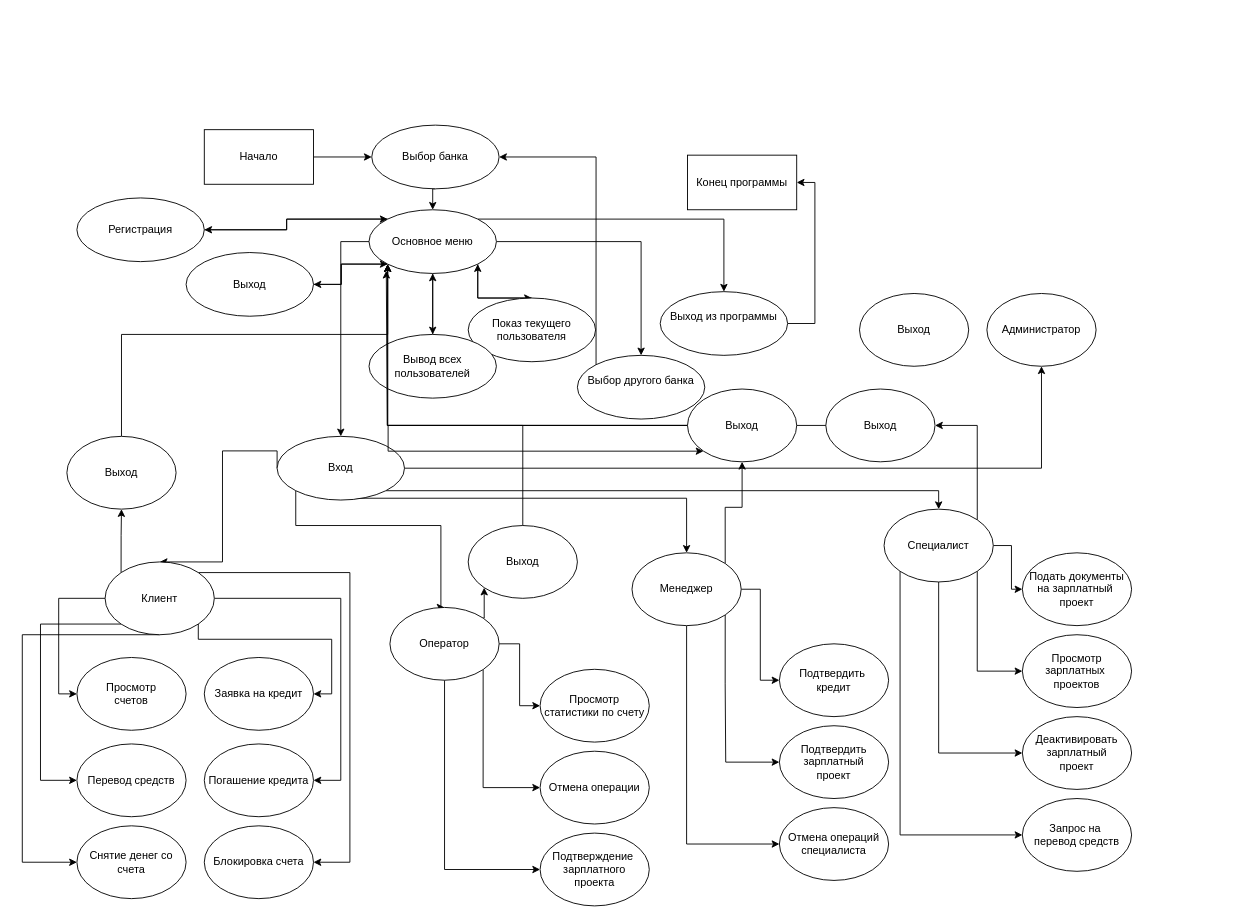
The draw.io diagram UseCaseDiagram.drawio in AlHudnitskii/LR_OOP_1, before the edit. Source tidied: cells renumbered, new cells numbered last; positions are measured from the earlier drawing's top-left corner, leaving out a move shared by most shapes. Both pictures are drawn from the tidied source at 91%, with x=0, y=0 at pixel (22, 125).
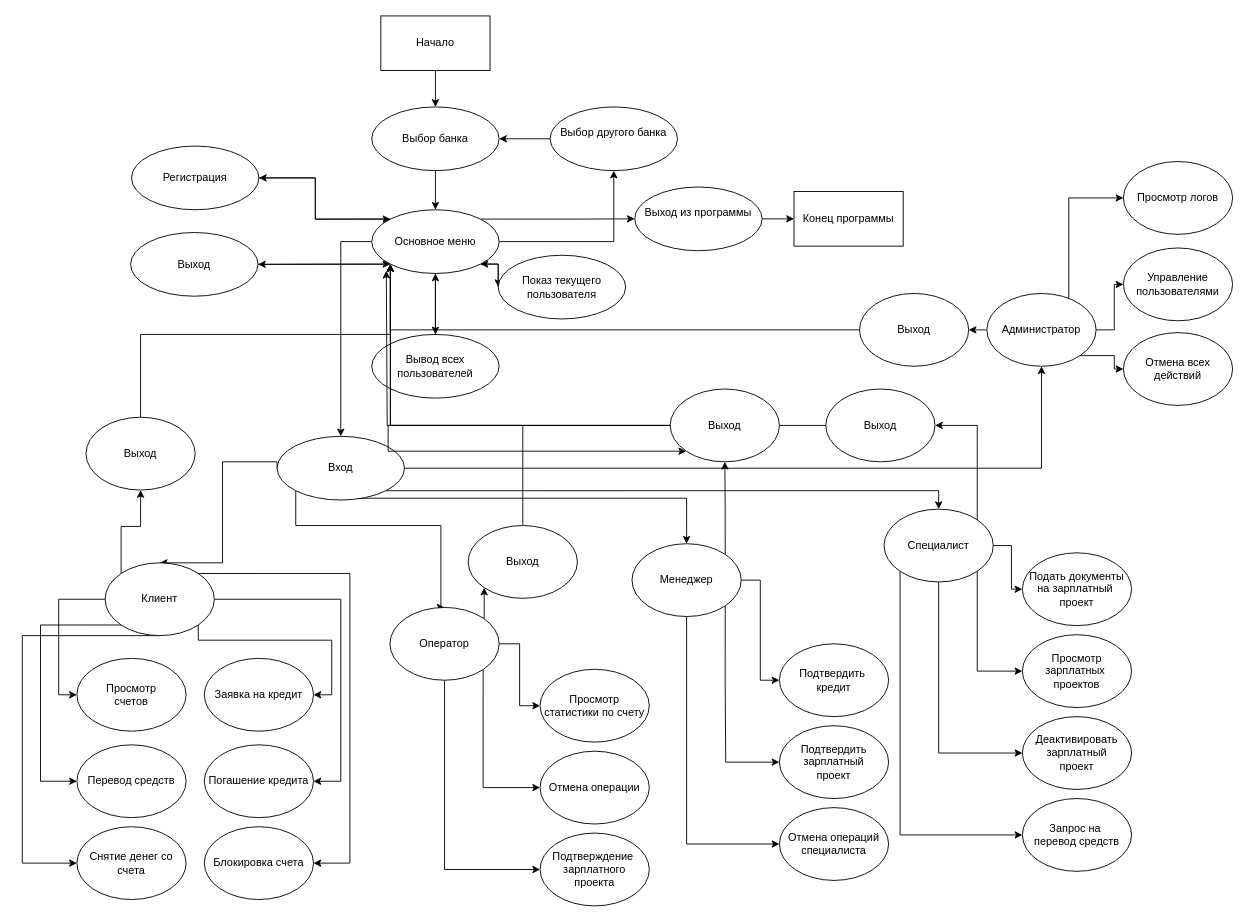
The same page after the edit.

Unchanged cells that the change refers to:
```xml
<mxCell id="21" value="Вход" style="ellipse;whiteSpace=wrap;html=1;" parent="1" vertex="1">
  <mxGeometry x="280" y="342" width="140" height="70" as="geometry" />
</mxCell>
<mxCell id="58" value="Администратор" style="ellipse;whiteSpace=wrap;html=1;" parent="1" vertex="1">
  <mxGeometry x="1060" y="185" width="120" height="80" as="geometry" />
</mxCell>
<mxCell id="84" value="Выход" style="ellipse;whiteSpace=wrap;html=1;" parent="1" vertex="1">
  <mxGeometry x="920" y="185" width="120" height="80" as="geometry" />
</mxCell>
```

Diff of the diagram source:
```diff
@@
-    <mxCell id="2" style="edgeStyle=orthogonalEdgeStyle;rounded=0;jettySize=auto;html=1;exitX=1;exitY=0;exitDx=0;exitDy=0;entryX=0.5;entryY=0;entryDx=0;entryDy=0;" parent="1" edge="1" source="9" target="11">
-      <mxGeometry relative="1" as="geometry" />
-    </mxCell>
-    <mxCell id="3" style="edgeStyle=orthogonalEdgeStyle;rounded=0;jettySize=auto;html=1;exitX=1;exitY=0.5;exitDx=0;exitDy=0;entryX=0.5;entryY=0;entryDx=0;entryDy=0;" parent="1" edge="1" source="9" target="13">
-      <mxGeometry relative="1" as="geometry" />
-    </mxCell>
@@
-    <mxCell id="5" style="edgeStyle=orthogonalEdgeStyle;rounded=0;jettySize=auto;html=1;exitX=1;exitY=1;exitDx=0;exitDy=0;entryX=0.5;entryY=0;entryDx=0;entryDy=0;" parent="1" edge="1" source="9" target="25">
-      <mxGeometry relative="1" as="geometry">
-        <Array as="points">
-          <mxPoint x="501" y="190" />
-        </Array>
-      </mxGeometry>
-    </mxCell>
@@
+    <mxCell id="2" style="edgeStyle=orthogonalEdgeStyle;rounded=0;jettySize=auto;html=1;exitX=1;exitY=0;exitDx=0;exitDy=0;entryX=0;entryY=0.5;entryDx=0;entryDy=0;" parent="1" edge="1" source="9" target="11">
+      <mxGeometry relative="1" as="geometry" />
+    </mxCell>
+    <mxCell id="3" style="edgeStyle=orthogonalEdgeStyle;rounded=0;jettySize=auto;html=1;exitX=1;exitY=0.5;exitDx=0;exitDy=0;" parent="1" edge="1" source="9" target="13">
+      <mxGeometry relative="1" as="geometry" />
+    </mxCell>
+    <mxCell id="5" style="edgeStyle=orthogonalEdgeStyle;rounded=0;jettySize=auto;html=1;exitX=1;exitY=1;exitDx=0;exitDy=0;entryX=0;entryY=0.5;entryDx=0;entryDy=0;" parent="1" edge="1" source="9" target="25">
+      <mxGeometry relative="1" as="geometry" />
+    </mxCell>
     <mxCell id="9" value="&lt;div&gt;Основное меню&lt;/div&gt;" style="ellipse;whiteSpace=wrap;html=1;" parent="1" vertex="1">
-      <mxGeometry x="381" y="93" width="140" height="70" as="geometry" />
+      <mxGeometry x="384" y="93" width="140" height="70" as="geometry" />
     </mxCell>
-    <mxCell id="10" style="edgeStyle=orthogonalEdgeStyle;rounded=0;jettySize=auto;html=1;exitX=1;exitY=0.5;exitDx=0;exitDy=0;entryX=1;entryY=0.5;entryDx=0;entryDy=0;" parent="1" edge="1" source="11" target="33">
+    <mxCell id="10" style="edgeStyle=orthogonalEdgeStyle;rounded=0;jettySize=auto;html=1;exitX=1;exitY=0.5;exitDx=0;exitDy=0;entryX=0;entryY=0.5;entryDx=0;entryDy=0;" parent="1" edge="1" source="11" target="33">
       <mxGeometry relative="1" as="geometry" />
     </mxCell>
     <mxCell id="11" value="Выход из программы&lt;div&gt;&lt;br&gt;&lt;/div&gt;" style="ellipse;whiteSpace=wrap;html=1;" parent="1" vertex="1">
-      <mxGeometry x="701" y="183" width="140" height="70" as="geometry" />
+      <mxGeometry x="673" y="68" width="140" height="70" as="geometry" />
     </mxCell>
-    <mxCell id="12" style="edgeStyle=orthogonalEdgeStyle;rounded=0;jettySize=auto;html=1;exitX=0;exitY=0;exitDx=0;exitDy=0;entryX=1;entryY=0.5;entryDx=0;entryDy=0;" parent="1" edge="1" source="13" target="29">
-      <mxGeometry relative="1" as="geometry">
-        <Array as="points">
-          <mxPoint x="631" y="35" />
-        </Array>
-      </mxGeometry>
+    <mxCell id="12" style="edgeStyle=orthogonalEdgeStyle;rounded=0;jettySize=auto;html=1;" parent="1" edge="1" source="13" target="29">
+      <mxGeometry relative="1" as="geometry" />
     </mxCell>
     <mxCell id="13" value="Выбор другого банка&lt;div&gt;&amp;nbsp;&lt;/div&gt;" style="ellipse;whiteSpace=wrap;html=1;" parent="1" vertex="1">
-      <mxGeometry x="610" y="253" width="140" height="70" as="geometry" />
+      <mxGeometry x="580" y="-20" width="140" height="70" as="geometry" />
     </mxCell>
@@
     <mxCell id="15" value="Регистрация" style="ellipse;whiteSpace=wrap;html=1;" parent="1" vertex="1">
-      <mxGeometry x="60" y="80" width="140" height="70" as="geometry" />
+      <mxGeometry x="120" y="23" width="140" height="70" as="geometry" />
     </mxCell>
-    <mxCell id="16" style="edgeStyle=orthogonalEdgeStyle;rounded=0;jettySize=auto;html=1;exitX=0;exitY=0.5;exitDx=0;exitDy=0;entryX=0.5;entryY=0;entryDx=0;entryDy=0;" parent="1" edge="1" source="21" target="41">
+    <mxCell id="16" style="edgeStyle=orthogonalEdgeStyle;rounded=0;jettySize=auto;html=1;exitX=0;exitY=0.5;exitDx=0;exitDy=0;entryX=0.5;entryY=0;entryDx=0;entryDy=0;" parent="1" edge="1" target="41">
       <mxGeometry relative="1" as="geometry">
+        <mxPoint x="280" y="378" as="sourcePoint" />
         <Array as="points">
-          <mxPoint x="220" y="358" />
-          <mxPoint x="220" y="480" />
+          <mxPoint x="280" y="370" />
+          <mxPoint x="220" y="370" />
+          <mxPoint x="220" y="481" />
         </Array>
       </mxGeometry>
     </mxCell>
@@
     <mxCell id="23" value="Выход" style="ellipse;whiteSpace=wrap;html=1;" parent="1" vertex="1">
-      <mxGeometry x="180" y="140" width="140" height="70" as="geometry" />
+      <mxGeometry x="119" y="118" width="140" height="70" as="geometry" />
     </mxCell>
-    <mxCell id="24" style="edgeStyle=orthogonalEdgeStyle;rounded=0;jettySize=auto;html=1;exitX=0.5;exitY=0;exitDx=0;exitDy=0;entryX=1;entryY=1;entryDx=0;entryDy=0;" parent="1" edge="1" source="25" target="9">
+    <mxCell id="24" style="edgeStyle=orthogonalEdgeStyle;rounded=0;jettySize=auto;html=1;exitX=0;exitY=0.5;exitDx=0;exitDy=0;entryX=1;entryY=1;entryDx=0;entryDy=0;" parent="1" edge="1" source="25" target="9">
       <mxGeometry relative="1" as="geometry">
         <Array as="points">
-          <mxPoint x="501" y="190" />
+          <mxPoint x="523" y="153" />
         </Array>
       </mxGeometry>
     </mxCell>
     <mxCell id="25" value="Показ текущего пользователя" style="ellipse;whiteSpace=wrap;html=1;" parent="1" vertex="1">
-      <mxGeometry x="490" y="190" width="140" height="70" as="geometry" />
+      <mxGeometry x="523" y="143" width="140" height="70" as="geometry" />
     </mxCell>
@@
     <mxCell id="27" value="Вывод всех пользователей" style="ellipse;whiteSpace=wrap;html=1;" parent="1" vertex="1">
-      <mxGeometry x="381" y="230" width="140" height="70" as="geometry" />
+      <mxGeometry x="384" y="230" width="140" height="70" as="geometry" />
     </mxCell>
@@
     <mxCell id="29" value="Выбор банка" style="ellipse;whiteSpace=wrap;html=1;" parent="1" vertex="1">
-      <mxGeometry x="384" width="140" height="70" as="geometry" />
+      <mxGeometry x="384" y="-20" width="140" height="70" as="geometry" />
     </mxCell>
@@
-    <mxCell id="31" style="edgeStyle=orthogonalEdgeStyle;rounded=0;jettySize=auto;html=1;exitX=1;exitY=0.5;exitDx=0;exitDy=0;entryX=0;entryY=0.5;entryDx=0;entryDy=0;" parent="1" edge="1" source="32" target="29">
+    <mxCell id="31" style="edgeStyle=orthogonalEdgeStyle;rounded=0;jettySize=auto;html=1;exitX=0.5;exitY=1;exitDx=0;exitDy=0;entryX=0.5;entryY=0;entryDx=0;entryDy=0;" parent="1" edge="1" source="32" target="29">
       <mxGeometry relative="1" as="geometry" />
     </mxCell>
     <mxCell id="32" value="Начало" style="rounded=0;whiteSpace=wrap;html=1;" parent="1" vertex="1">
-      <mxGeometry x="200" y="5" width="120" height="60" as="geometry" />
+      <mxGeometry x="394" y="-120" width="120" height="60" as="geometry" />
     </mxCell>
     <mxCell id="33" value="Конец программы" style="rounded=0;whiteSpace=wrap;html=1;" parent="1" vertex="1">
-      <mxGeometry x="731" y="33" width="120" height="60" as="geometry" />
+      <mxGeometry x="848" y="73" width="120" height="60" as="geometry" />
     </mxCell>
@@
     <mxCell id="36" style="edgeStyle=orthogonalEdgeStyle;rounded=0;jettySize=auto;html=1;exitX=0;exitY=1;exitDx=0;exitDy=0;entryX=0;entryY=0.5;entryDx=0;entryDy=0;" parent="1" edge="1" source="41" target="60">
       <mxGeometry relative="1" as="geometry">
         <Array as="points">
-          <mxPoint x="20" y="548" />
-          <mxPoint x="20" y="720" />
+          <mxPoint x="20" y="549" />
+          <mxPoint x="20" y="721" />
         </Array>
       </mxGeometry>
     </mxCell>
     <mxCell id="37" style="edgeStyle=orthogonalEdgeStyle;rounded=0;jettySize=auto;html=1;exitX=0.5;exitY=1;exitDx=0;exitDy=0;entryX=0;entryY=0.5;entryDx=0;entryDy=0;" parent="1" edge="1" source="41" target="63">
       <mxGeometry relative="1" as="geometry">
         <Array as="points">
-          <mxPoint y="560" />
-          <mxPoint y="810" />
+          <mxPoint y="561" />
+          <mxPoint y="811" />
         </Array>
       </mxGeometry>
     </mxCell>
     <mxCell id="38" style="edgeStyle=orthogonalEdgeStyle;rounded=0;jettySize=auto;html=1;exitX=1;exitY=0;exitDx=0;exitDy=0;entryX=1;entryY=0.5;entryDx=0;entryDy=0;" parent="1" edge="1" source="41" target="61">
       <mxGeometry relative="1" as="geometry">
         <Array as="points">
-          <mxPoint x="193" y="565" />
-          <mxPoint x="340" y="565" />
-          <mxPoint x="340" y="625" />
+          <mxPoint x="193" y="566" />
+          <mxPoint x="340" y="566" />
+          <mxPoint x="340" y="626" />
         </Array>
       </mxGeometry>
     </mxCell>
     <mxCell id="39" style="edgeStyle=orthogonalEdgeStyle;rounded=0;jettySize=auto;html=1;exitX=1;exitY=0.5;exitDx=0;exitDy=0;entryX=1;entryY=0.5;entryDx=0;entryDy=0;" parent="1" edge="1" source="41" target="62">
       <mxGeometry relative="1" as="geometry">
         <Array as="points">
-          <mxPoint x="350" y="520" />
-          <mxPoint x="350" y="720" />
+          <mxPoint x="350" y="521" />
+          <mxPoint x="350" y="721" />
         </Array>
       </mxGeometry>
     </mxCell>
     <mxCell id="40" style="edgeStyle=orthogonalEdgeStyle;rounded=0;jettySize=auto;html=1;exitX=1;exitY=0;exitDx=0;exitDy=0;entryX=1;entryY=0.5;entryDx=0;entryDy=0;" parent="1" edge="1" source="41" target="64">
       <mxGeometry relative="1" as="geometry">
         <Array as="points">
-          <mxPoint x="360" y="492" />
-          <mxPoint x="360" y="810" />
+          <mxPoint x="360" y="493" />
+          <mxPoint x="360" y="811" />
         </Array>
       </mxGeometry>
     </mxCell>
     <mxCell id="41" value="Клиент" style="ellipse;whiteSpace=wrap;html=1;" parent="1" vertex="1">
-      <mxGeometry x="91" y="480" width="120" height="80" as="geometry" />
+      <mxGeometry x="91" y="481" width="120" height="80" as="geometry" />
     </mxCell>
@@
     <mxCell id="51" value="Менеджер" style="ellipse;whiteSpace=wrap;html=1;" parent="1" vertex="1">
-      <mxGeometry x="670" y="470" width="120" height="80" as="geometry" />
+      <mxGeometry x="670" y="460" width="120" height="80" as="geometry" />
     </mxCell>
@@
+    <mxCell id="85" style="edgeStyle=orthogonalEdgeStyle;rounded=0;jettySize=auto;html=1;exitX=0;exitY=0.5;exitDx=0;exitDy=0;entryX=1;entryY=0.5;entryDx=0;entryDy=0;" parent="1" edge="1" source="58" target="84">
+      <mxGeometry relative="1" as="geometry" />
+    </mxCell>
+    <mxCell id="86" style="edgeStyle=orthogonalEdgeStyle;rounded=0;jettySize=auto;html=1;exitX=1;exitY=1;exitDx=0;exitDy=0;entryX=0;entryY=0.5;entryDx=0;entryDy=0;" parent="1" edge="1" source="58" target="92">
+      <mxGeometry relative="1" as="geometry" />
+    </mxCell>
+    <mxCell id="87" style="edgeStyle=orthogonalEdgeStyle;rounded=0;jettySize=auto;html=1;exitX=1;exitY=0.5;exitDx=0;exitDy=0;entryX=0;entryY=0.5;entryDx=0;entryDy=0;" parent="1" edge="1" source="58" target="91">
+      <mxGeometry relative="1" as="geometry" />
+    </mxCell>
+    <mxCell id="88" style="edgeStyle=orthogonalEdgeStyle;rounded=0;jettySize=auto;html=1;exitX=1;exitY=0;exitDx=0;exitDy=0;entryX=0;entryY=0.5;entryDx=0;entryDy=0;" parent="1" edge="1" source="58" target="90">
+      <mxGeometry relative="1" as="geometry">
+        <Array as="points">
+          <mxPoint x="1150" y="197" />
+          <mxPoint x="1150" y="80" />
+        </Array>
+      </mxGeometry>
+    </mxCell>
@@
     <mxCell id="59" value="Просмотр&lt;div&gt;счетов&lt;/div&gt;" style="ellipse;whiteSpace=wrap;html=1;" parent="1" vertex="1">
-      <mxGeometry x="60" y="585" width="120" height="80" as="geometry" />
+      <mxGeometry x="60" y="586" width="120" height="80" as="geometry" />
     </mxCell>
     <mxCell id="60" value="Перевод средств" style="ellipse;whiteSpace=wrap;html=1;" parent="1" vertex="1">
-      <mxGeometry x="60" y="680" width="120" height="80" as="geometry" />
+      <mxGeometry x="60" y="681" width="120" height="80" as="geometry" />
     </mxCell>
     <mxCell id="61" value="Заявка на кредит" style="ellipse;whiteSpace=wrap;html=1;" parent="1" vertex="1">
-      <mxGeometry x="200" y="585" width="120" height="80" as="geometry" />
+      <mxGeometry x="200" y="586" width="120" height="80" as="geometry" />
     </mxCell>
     <mxCell id="62" value="Погашение кредита" style="ellipse;whiteSpace=wrap;html=1;" parent="1" vertex="1">
-      <mxGeometry x="200" y="680" width="120" height="80" as="geometry" />
+      <mxGeometry x="200" y="681" width="120" height="80" as="geometry" />
     </mxCell>
     <mxCell id="63" value="Снятие денег со счета" style="ellipse;whiteSpace=wrap;html=1;" parent="1" vertex="1">
-      <mxGeometry x="60" y="770" width="120" height="80" as="geometry" />
+      <mxGeometry x="60" y="771" width="120" height="80" as="geometry" />
     </mxCell>
     <mxCell id="64" value="Блокировка счета" style="ellipse;whiteSpace=wrap;html=1;" parent="1" vertex="1">
-      <mxGeometry x="200" y="770" width="120" height="80" as="geometry" />
+      <mxGeometry x="200" y="771" width="120" height="80" as="geometry" />
     </mxCell>
     <mxCell id="65" style="edgeStyle=orthogonalEdgeStyle;rounded=0;jettySize=auto;html=1;exitX=0.5;exitY=0;exitDx=0;exitDy=0;entryX=0;entryY=1;entryDx=0;entryDy=0;" parent="1" edge="1" source="66" target="9">
       <mxGeometry relative="1" as="geometry">
         <Array as="points">
-          <mxPoint x="109" y="230" />
-          <mxPoint x="402" y="230" />
+          <mxPoint x="130" y="230" />
+          <mxPoint x="405" y="230" />
         </Array>
       </mxGeometry>
     </mxCell>
     <mxCell id="66" value="Выход" style="ellipse;whiteSpace=wrap;html=1;" parent="1" vertex="1">
-      <mxGeometry x="49" y="342" width="120" height="80" as="geometry" />
+      <mxGeometry x="70" y="321" width="120" height="80" as="geometry" />
     </mxCell>
@@
     <mxCell id="83" value="Выход" style="ellipse;whiteSpace=wrap;html=1;" parent="1" vertex="1">
-      <mxGeometry x="731" y="290" width="120" height="80" as="geometry" />
+      <mxGeometry x="712" y="290" width="120" height="80" as="geometry" />
     </mxCell>
+    <mxCell id="89" style="edgeStyle=orthogonalEdgeStyle;rounded=0;jettySize=auto;html=1;exitX=0;exitY=0.5;exitDx=0;exitDy=0;entryX=0;entryY=1;entryDx=0;entryDy=0;" parent="1" edge="1" source="84" target="9">
+      <mxGeometry relative="1" as="geometry" />
+    </mxCell>
@@
+    <mxCell id="90" value="Просмотр логов" style="ellipse;whiteSpace=wrap;html=1;" parent="1" vertex="1">
+      <mxGeometry x="1210" y="40" width="120" height="80" as="geometry" />
+    </mxCell>
+    <mxCell id="91" value="Управление&lt;div&gt;пользователями&lt;/div&gt;" style="ellipse;whiteSpace=wrap;html=1;" parent="1" vertex="1">
+      <mxGeometry x="1210" y="135" width="120" height="80" as="geometry" />
+    </mxCell>
+    <mxCell id="92" value="Отмена всех действий" style="ellipse;whiteSpace=wrap;html=1;" parent="1" vertex="1">
+      <mxGeometry x="1210" y="228" width="120" height="80" as="geometry" />
+    </mxCell>
```
